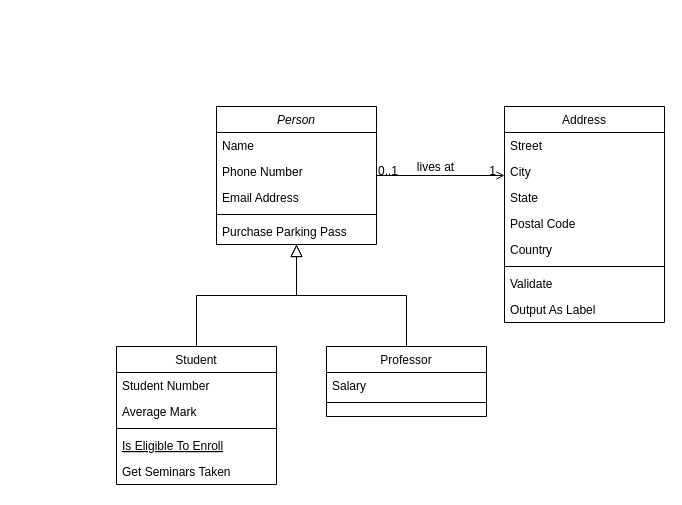
tseloteyonas/class-diagram-of-religious-ERP keeps this draw.io diagram as Untitled Diagram.drawio. Above is the earlier version. Source tidied: cells renumbered, new cells numbered last; positions are measured from the earlier drawing's top-left corner, leaving out a move shared by most shapes. Both pictures are drawn from the tidied source at 100%, with x=0, y=0 at pixel (116, 106).
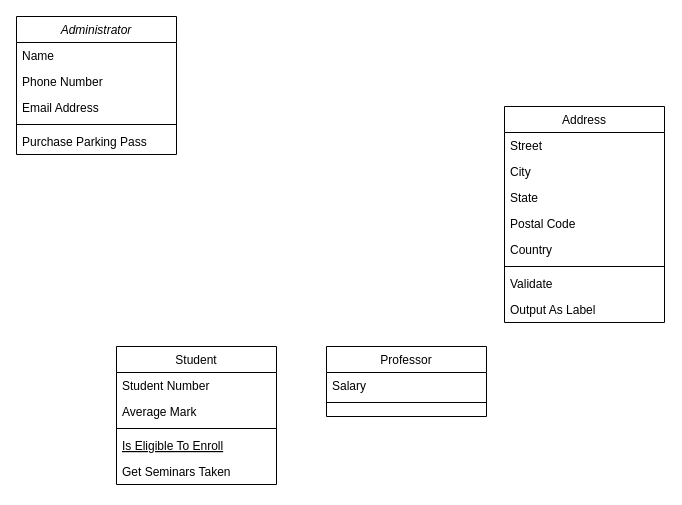
The same diagram, later.

Unchanged cells that the change refers to:
```xml
<mxCell id="8" value="Student" style="swimlane;fontStyle=0;align=center;verticalAlign=top;horizontal=1;startSize=26;rounded=0;shadow=0;strokeWidth=1;" parent="1" vertex="1">
  <mxGeometry y="240" width="160" height="138" as="geometry" />
</mxCell>
<mxCell id="15" value="Professor" style="swimlane;fontStyle=0;align=center;verticalAlign=top;horizontal=1;startSize=26;rounded=0;shadow=0;strokeWidth=1;" parent="1" vertex="1">
  <mxGeometry x="210" y="240" width="160" height="70" as="geometry" />
</mxCell>
<mxCell id="19" value="Address" style="swimlane;fontStyle=0;align=center;verticalAlign=top;horizontal=1;startSize=26;rounded=0;shadow=0;strokeWidth=1;" parent="1" vertex="1">
  <mxGeometry x="388" width="160" height="216" as="geometry" />
</mxCell>
```

The edit, as a diff of the source:
```diff
@@
-    <mxCell id="2" value="Person" style="swimlane;fontStyle=2;align=center;verticalAlign=top;horizontal=1;startSize=26;rounded=0;shadow=0;strokeWidth=1;" parent="1" vertex="1">
-      <mxGeometry x="100" width="160" height="138" as="geometry" />
+    <mxCell id="2" value="Administrator" style="swimlane;fontStyle=2;align=center;verticalAlign=top;horizontal=1;startSize=26;rounded=0;shadow=0;strokeWidth=1;" parent="1" vertex="1">
+      <mxGeometry x="-100" y="-90" width="160" height="138" as="geometry" />
     </mxCell>
@@
-    <mxCell id="14" style="endArrow=block;endSize=10;endFill=0;shadow=0;strokeWidth=1;rounded=0;edgeStyle=elbowEdgeStyle;elbow=vertical;" parent="1" edge="1" source="8" target="2">
-      <mxGeometry relative="1" as="geometry" />
-    </mxCell>
@@
-    <mxCell id="18" style="endArrow=block;endSize=10;endFill=0;shadow=0;strokeWidth=1;rounded=0;edgeStyle=elbowEdgeStyle;elbow=vertical;" parent="1" edge="1" source="15" target="2">
-      <mxGeometry relative="1" as="geometry" />
-    </mxCell>
@@
-    <mxCell id="28" style="endArrow=open;shadow=0;strokeWidth=1;rounded=0;endFill=1;edgeStyle=elbowEdgeStyle;elbow=vertical;" parent="1" edge="1" source="2" target="19">
-      <mxGeometry x="0.5" y="41" relative="1" as="geometry">
-        <mxPoint x="-40" y="32" as="offset" />
-      </mxGeometry>
-    </mxCell>
-    <mxCell id="29" value="0..1" style="align=left;verticalAlign=bottom;labelBackgroundColor=none;fontSize=12;" parent="28" vertex="1">
-      <mxGeometry x="-1" relative="1" as="geometry">
-        <mxPoint y="4" as="offset" />
-      </mxGeometry>
-    </mxCell>
-    <mxCell id="30" value="1" style="align=right;verticalAlign=bottom;labelBackgroundColor=none;fontSize=12;" parent="28" vertex="1">
-      <mxGeometry x="1" relative="1" as="geometry">
-        <mxPoint x="-7" y="4" as="offset" />
-      </mxGeometry>
-    </mxCell>
-    <mxCell id="31" value="lives at" style="text;html=1;align=center;verticalAlign=middle;labelBackgroundColor=none;rounded=0;shadow=0;strokeWidth=1;fontSize=12;" parent="28" vertex="1">
-      <mxGeometry x="0.5" y="49" relative="1" as="geometry">
-        <mxPoint x="-38" y="40" as="offset" />
-      </mxGeometry>
-    </mxCell>
```
